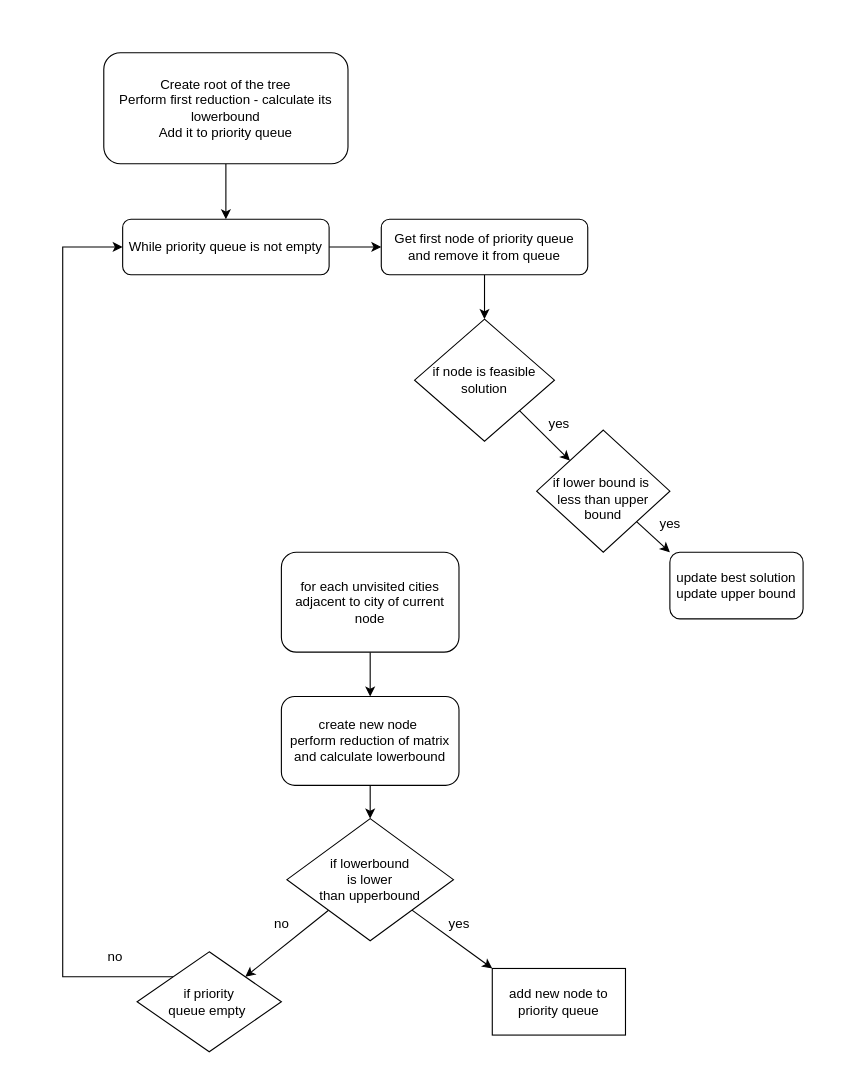
Above: branch_bound.drawio in pi0trek8/travelling-salesman-problem (draw.io), before the change. Source tidied: cells renumbered, new cells numbered last; positions are measured from the earlier drawing's top-left corner, leaving out a move shared by most shapes. Both pictures are drawn from the tidied source at 111%, with x=0, y=0 at pixel (62, 52).
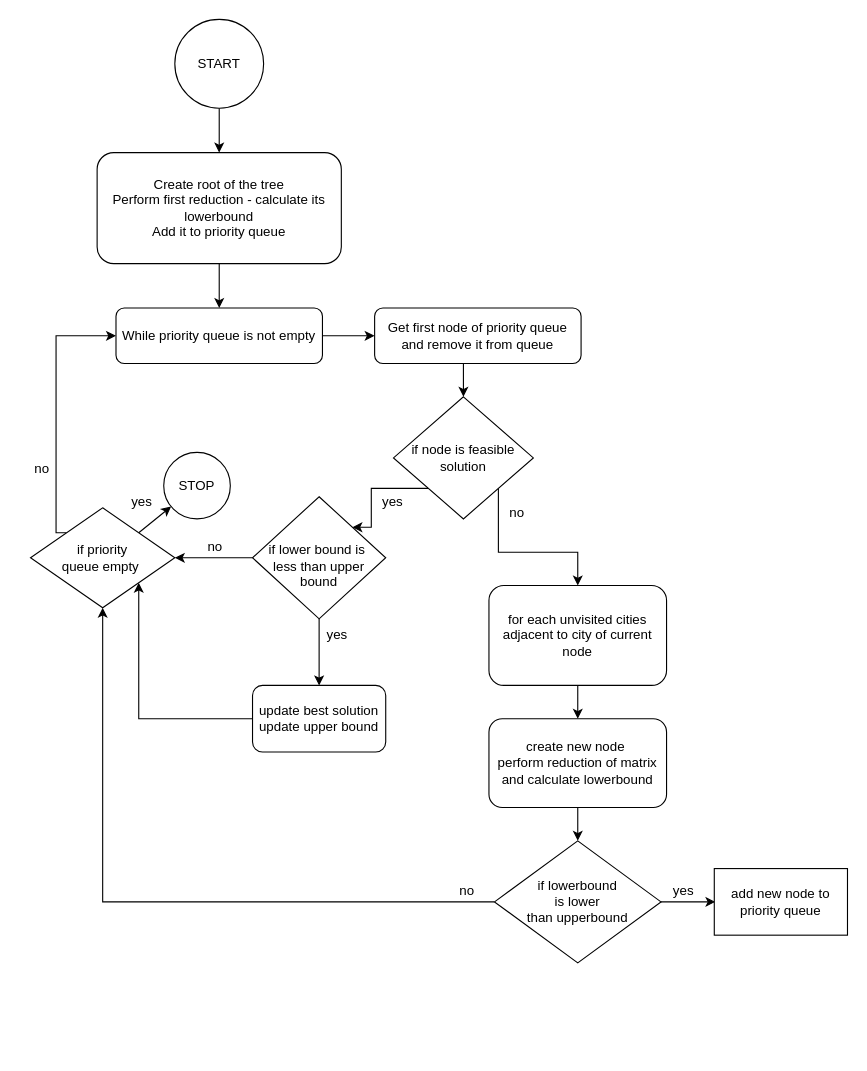
The same diagram, later.

What changed in the source:
```diff
@@
     <mxCell id="3" value="Create root of the tree&lt;br&gt;Perform first reduction - calculate its lowerbound&lt;br&gt;Add it to priority queue" style="rounded=1;whiteSpace=wrap;html=1;fontSize=12;glass=0;strokeWidth=1;shadow=0;" parent="1" vertex="1">
-      <mxGeometry x="37" width="220" height="100" as="geometry" />
+      <mxGeometry x="31" y="90" width="220" height="100" as="geometry" />
     </mxCell>
@@
     <mxCell id="5" value="While priority queue is not empty" style="rounded=1;whiteSpace=wrap;html=1;fontSize=12;glass=0;strokeWidth=1;shadow=0;" parent="1" vertex="1">
-      <mxGeometry x="54" y="150" width="186" height="50" as="geometry" />
+      <mxGeometry x="48" y="230" width="186" height="50" as="geometry" />
     </mxCell>
@@
     <mxCell id="7" value="Get first node of priority queue and remove it from queue" style="rounded=1;whiteSpace=wrap;html=1;fontSize=12;glass=0;strokeWidth=1;shadow=0;" parent="1" vertex="1">
-      <mxGeometry x="287" y="150" width="186" height="50" as="geometry" />
+      <mxGeometry x="281" y="230" width="186" height="50" as="geometry" />
     </mxCell>
-    <mxCell id="8" style="rounded=0;jettySize=auto;html=1;exitX=1;exitY=1;exitDx=0;exitDy=0;entryX=0;entryY=0;entryDx=0;entryDy=0;" parent="1" edge="1" source="9" target="11">
+    <mxCell id="8" style="rounded=0;jettySize=auto;html=1;exitX=0;exitY=1;exitDx=0;exitDy=0;entryX=1;entryY=0;entryDx=0;entryDy=0;edgeStyle=orthogonalEdgeStyle;" parent="1" edge="1" source="9" target="11">
       <mxGeometry relative="1" as="geometry" />
     </mxCell>
+    <mxCell id="28" style="edgeStyle=orthogonalEdgeStyle;rounded=0;jettySize=auto;html=1;exitX=1;exitY=1;exitDx=0;exitDy=0;entryX=0.5;entryY=0;entryDx=0;entryDy=0;" parent="1" edge="1" source="9" target="16">
+      <mxGeometry relative="1" as="geometry" />
+    </mxCell>
     <mxCell id="9" value="if node is feasible solution" style="rhombus;whiteSpace=wrap;html=1;" parent="1" vertex="1">
-      <mxGeometry x="317" y="240" width="126" height="110" as="geometry" />
+      <mxGeometry x="298" y="310" width="126" height="110" as="geometry" />
     </mxCell>
-    <mxCell id="10" style="rounded=0;jettySize=auto;html=1;entryX=0;entryY=0;entryDx=0;entryDy=0;" parent="1" edge="1" source="11" target="13">
+    <mxCell id="10" style="rounded=0;jettySize=auto;html=1;entryX=0.5;entryY=0;entryDx=0;entryDy=0;exitX=0.5;exitY=1;exitDx=0;exitDy=0;" parent="1" edge="1" source="11" target="13">
       <mxGeometry relative="1" as="geometry" />
     </mxCell>
+    <mxCell id="29" style="rounded=0;jettySize=auto;html=1;exitX=0;exitY=0.5;exitDx=0;exitDy=0;entryX=1;entryY=0.5;entryDx=0;entryDy=0;" parent="1" edge="1" source="11" target="25">
+      <mxGeometry relative="1" as="geometry" />
+    </mxCell>
     <mxCell id="11" value="&lt;br&gt;if lower bound is&amp;nbsp;&lt;br&gt;less than upper bound" style="rhombus;whiteSpace=wrap;html=1;" parent="1" vertex="1">
-      <mxGeometry x="427" y="340" width="120" height="110" as="geometry" />
+      <mxGeometry x="171" y="400" width="120" height="110" as="geometry" />
     </mxCell>
     <mxCell id="12" value="yes" style="text;html=1;align=center;verticalAlign=middle;strokeColor=none;fillColor=none;" parent="1" vertex="1">
-      <mxGeometry x="427" y="320" width="40" height="30" as="geometry" />
+      <mxGeometry x="277" y="390" width="40" height="30" as="geometry" />
     </mxCell>
+    <mxCell id="30" style="edgeStyle=orthogonalEdgeStyle;rounded=0;jettySize=auto;html=1;exitX=0;exitY=0.5;exitDx=0;exitDy=0;entryX=1;entryY=1;entryDx=0;entryDy=0;" parent="1" edge="1" source="13" target="25">
+      <mxGeometry relative="1" as="geometry" />
+    </mxCell>
     <mxCell id="13" value="update best solution&lt;br&gt;update upper bound" style="rounded=1;whiteSpace=wrap;html=1;" parent="1" vertex="1">
-      <mxGeometry x="547" y="450" width="120" height="60" as="geometry" />
+      <mxGeometry x="171" y="570" width="120" height="60" as="geometry" />
     </mxCell>
-    <mxCell id="14" value="yes" style="text;html=1;align=center;verticalAlign=middle;strokeColor=none;fillColor=none;" parent="1" vertex="1">
-      <mxGeometry x="527" y="410" width="40" height="30" as="geometry" />
+    <mxCell id="14" value="no" style="text;html=1;align=center;verticalAlign=middle;strokeColor=none;fillColor=none;" parent="1" vertex="1">
+      <mxGeometry x="389" y="400" width="40" height="30" as="geometry" />
     </mxCell>
@@
     <mxCell id="16" value="for each unvisited cities adjacent to city of current node" style="rounded=1;whiteSpace=wrap;html=1;" parent="1" vertex="1">
-      <mxGeometry x="197" y="450" width="160" height="90" as="geometry" />
+      <mxGeometry x="384" y="480" width="160" height="90" as="geometry" />
     </mxCell>
@@
     <mxCell id="18" value="create new node&amp;nbsp;&lt;br&gt;perform reduction of matrix and calculate lowerbound" style="rounded=1;whiteSpace=wrap;html=1;" parent="1" vertex="1">
-      <mxGeometry x="197" y="580" width="160" height="80" as="geometry" />
+      <mxGeometry x="384" y="600" width="160" height="80" as="geometry" />
     </mxCell>
-    <mxCell id="19" style="rounded=0;jettySize=auto;html=1;entryX=0;entryY=0;entryDx=0;entryDy=0;" parent="1" edge="1" source="21" target="22">
-      <mxGeometry relative="1" as="geometry" />
+    <mxCell id="19" style="rounded=0;jettySize=auto;html=1;entryX=0;entryY=0.5;entryDx=0;entryDy=0;exitX=1;exitY=0.5;exitDx=0;exitDy=0;edgeStyle=orthogonalEdgeStyle;" parent="1" edge="1" source="21">
+      <mxGeometry relative="1" as="geometry">
+        <mxPoint x="588" y="765" as="targetPoint" />
+      </mxGeometry>
     </mxCell>
-    <mxCell id="20" style="rounded=0;jettySize=auto;html=1;exitX=0;exitY=1;exitDx=0;exitDy=0;entryX=1;entryY=0;entryDx=0;entryDy=0;" parent="1" edge="1" source="21" target="25">
+    <mxCell id="20" style="rounded=0;jettySize=auto;html=1;entryX=0.5;entryY=1;entryDx=0;entryDy=0;exitX=0;exitY=0.5;exitDx=0;exitDy=0;edgeStyle=orthogonalEdgeStyle;" parent="1" edge="1" source="21" target="25">
       <mxGeometry relative="1" as="geometry" />
     </mxCell>
     <mxCell id="21" value="if lowerbound &lt;br&gt;is lower &lt;br&gt;than upperbound" style="rhombus;whiteSpace=wrap;html=1;" parent="1" vertex="1">
-      <mxGeometry x="202" y="690" width="150" height="110" as="geometry" />
+      <mxGeometry x="389" y="710" width="150" height="110" as="geometry" />
     </mxCell>
     <mxCell id="22" value="add new node to priority queue" style="whiteSpace=wrap;html=1;" parent="1" vertex="1">
-      <mxGeometry x="387" y="825" width="120" height="60" as="geometry" />
+      <mxGeometry x="587" y="735" width="120" height="60" as="geometry" />
     </mxCell>
     <mxCell id="23" value="yes" style="text;html=1;align=center;verticalAlign=middle;strokeColor=none;fillColor=none;" parent="1" vertex="1">
-      <mxGeometry x="337" y="770" width="40" height="30" as="geometry" />
+      <mxGeometry x="539" y="740" width="40" height="30" as="geometry" />
     </mxCell>
     <mxCell id="24" style="rounded=0;jettySize=auto;html=1;exitX=0;exitY=0;exitDx=0;exitDy=0;entryX=0;entryY=0.5;entryDx=0;entryDy=0;edgeStyle=orthogonalEdgeStyle;" parent="1" edge="1" source="25" target="5">
       <mxGeometry relative="1" as="geometry">
         <Array as="points">
-          <mxPoint y="175" />
+          <mxPoint x="-6" y="255" />
         </Array>
       </mxGeometry>
     </mxCell>
+    <mxCell id="31" style="rounded=0;jettySize=auto;html=1;exitX=1;exitY=0;exitDx=0;exitDy=0;" parent="1" edge="1" source="25" target="32">
+      <mxGeometry relative="1" as="geometry" />
+    </mxCell>
     <mxCell id="25" value="if priority&lt;br&gt;queue empty&amp;nbsp;" style="rhombus;whiteSpace=wrap;html=1;" parent="1" vertex="1">
-      <mxGeometry x="67" y="810" width="130" height="90" as="geometry" />
+      <mxGeometry x="-29" y="410" width="130" height="90" as="geometry" />
     </mxCell>
     <mxCell id="26" value="no" style="text;html=1;align=center;verticalAlign=middle;strokeColor=none;fillColor=none;" parent="1" vertex="1">
-      <mxGeometry x="27" y="800" width="40" height="30" as="geometry" />
+      <mxGeometry x="-39" y="360" width="40" height="30" as="geometry" />
     </mxCell>
     <mxCell id="27" value="no" style="text;html=1;align=center;verticalAlign=middle;strokeColor=none;fillColor=none;" parent="1" vertex="1">
-      <mxGeometry x="177" y="770" width="40" height="30" as="geometry" />
+      <mxGeometry x="344" y="740" width="40" height="30" as="geometry" />
     </mxCell>
+    <mxCell id="32" value="STOP" style="ellipse;whiteSpace=wrap;html=1;" parent="1" vertex="1">
+      <mxGeometry x="91" y="360" width="60" height="60" as="geometry" />
+    </mxCell>
+    <mxCell id="33" value="yes" style="text;html=1;align=center;verticalAlign=middle;strokeColor=none;fillColor=none;" parent="1" vertex="1">
+      <mxGeometry x="51" y="390" width="40" height="30" as="geometry" />
+    </mxCell>
+    <mxCell id="34" style="edgeStyle=orthogonalEdgeStyle;rounded=0;jettySize=auto;html=1;exitX=0.5;exitY=1;exitDx=0;exitDy=0;entryX=0.5;entryY=0;entryDx=0;entryDy=0;" parent="1" edge="1" source="35" target="3">
+      <mxGeometry relative="1" as="geometry" />
+    </mxCell>
+    <mxCell id="35" value="START" style="ellipse;whiteSpace=wrap;html=1;" parent="1" vertex="1">
+      <mxGeometry x="101" y="-30" width="80" height="80" as="geometry" />
+    </mxCell>
+    <mxCell id="36" value="yes" style="text;html=1;align=center;verticalAlign=middle;strokeColor=none;fillColor=none;" parent="1" vertex="1">
+      <mxGeometry x="227" y="510" width="40" height="30" as="geometry" />
+    </mxCell>
+    <mxCell id="37" value="no" style="text;html=1;align=center;verticalAlign=middle;strokeColor=none;fillColor=none;" parent="1" vertex="1">
+      <mxGeometry x="117" y="430" width="40" height="30" as="geometry" />
+    </mxCell>
```
